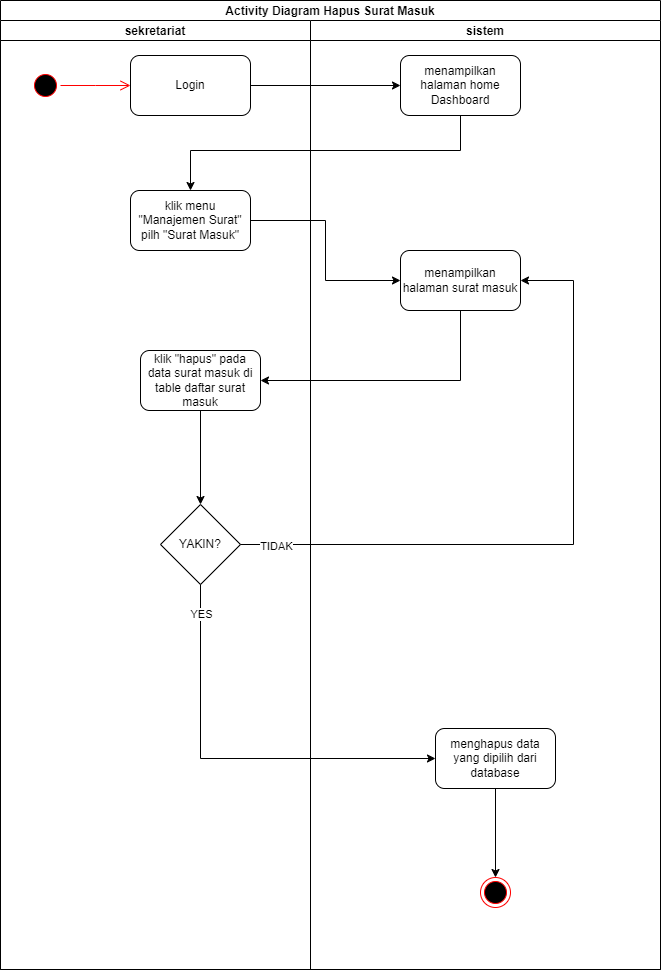
This is SKRIPSI/UML/2. ACTIVITY/SURAT MASUK/DELETE.png from Rusadi-0/KULIAH, a draw.io export, as it was before one commit. Source tidied: cells renumbered, new cells last; positions are measured from the earlier drawing's top-left corner, leaving out a move shared by most shapes.
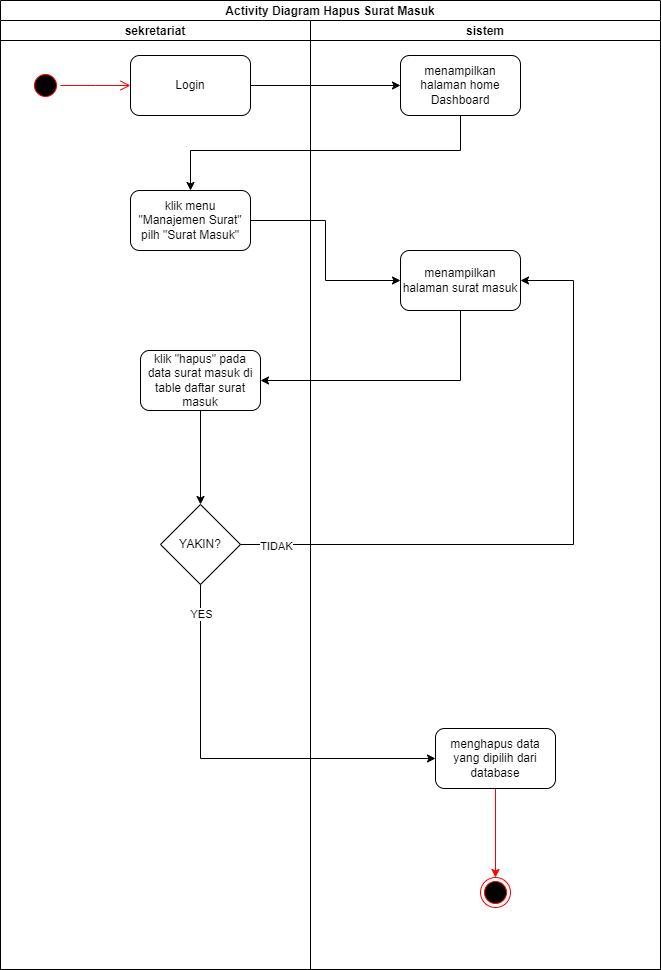
After the change.

The edit, as a diff of the source:
```diff
@@ -40,7 +40,7 @@
     <mxCell id="13" value="menampilkan halaman surat masuk" style="rounded=1;whiteSpace=wrap;html=1;" parent="11" vertex="1">
       <mxGeometry x="90" y="230" width="120" height="60" as="geometry" />
     </mxCell>
-    <mxCell id="14" style="edgeStyle=orthogonalEdgeStyle;rounded=0;jettySize=auto;html=1;" parent="11" edge="1" source="15" target="16">
+    <mxCell id="14" style="edgeStyle=orthogonalEdgeStyle;rounded=0;jettySize=auto;html=1;strokeColor=#FF0000;" parent="11" edge="1" source="15" target="16">
       <mxGeometry relative="1" as="geometry" />
     </mxCell>
     <mxCell id="15" value="menghapus data yang dipilih dari database" style="rounded=1;whiteSpace=wrap;html=1;" parent="11" vertex="1">
```
